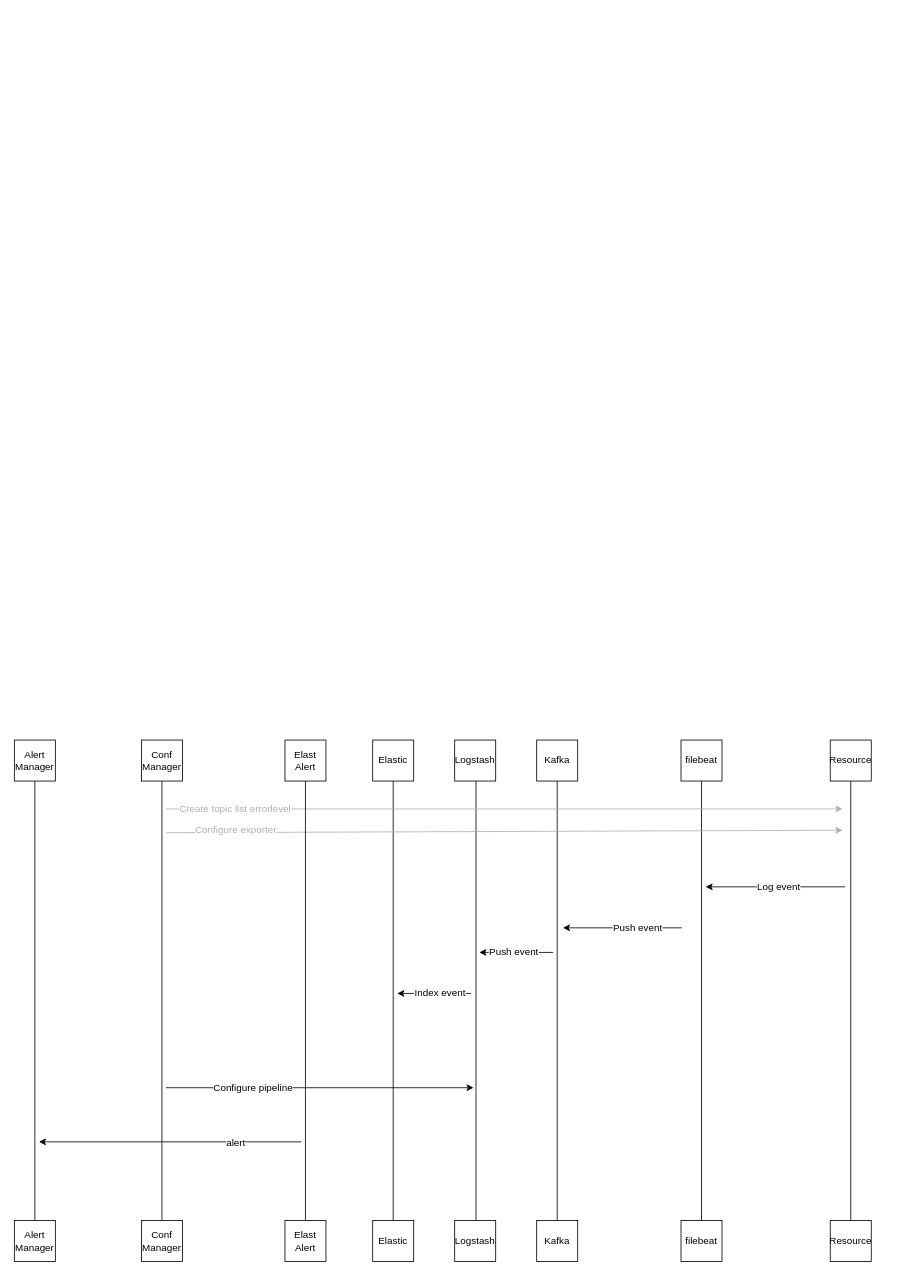
This is filebeat export and alert workflow.drawio from agustincaparros/SoA-Diagrams, a draw.io file, before an edit. Source tidied: cells renumbered, new cells numbered last; positions are measured from the earlier drawing's top-left corner, leaving out a move shared by most shapes. Both pictures are drawn from the tidied source at 82%, with x=0, y=0 at pixel (14, 740).
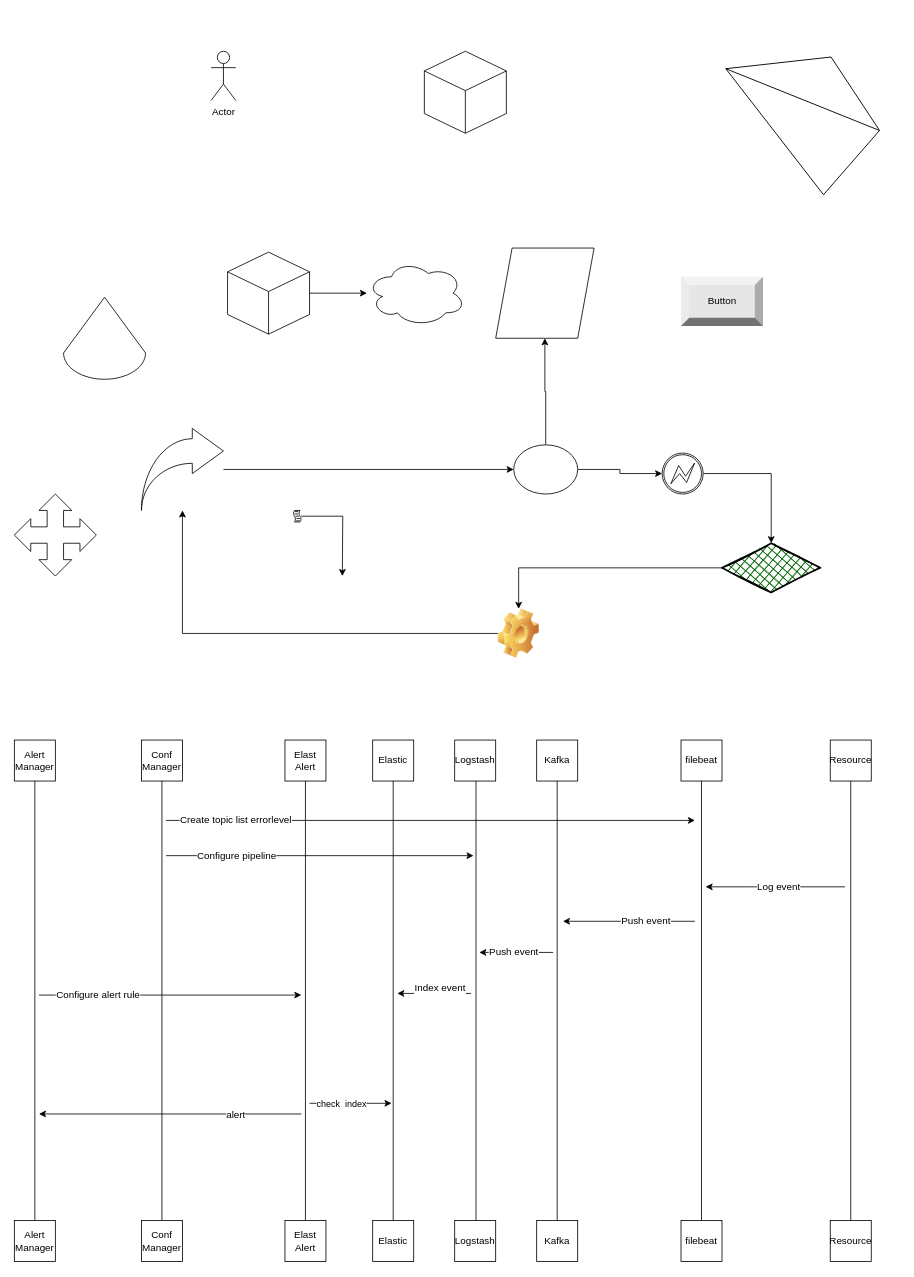
Above is the later version.

Unchanged cells that the change refers to:
```xml
<mxCell id="33" style="endArrow=none;html=1;strokeColor=#000000;endFill=0;startArrow=classic;startFill=1;" parent="1" edge="1">
  <mxGeometry relative="1" as="geometry">
    <mxPoint x="467" y="309" as="sourcePoint" />
    <mxPoint x="557" y="309" as="targetPoint" />
  </mxGeometry>
</mxCell>
```

Change to the diagram source:
```diff
@@
     <mxCell id="18" style="endArrow=classic;html=1;strokeColor=#000000;" parent="1" edge="1">
       <mxGeometry relative="1" as="geometry">
-        <mxPoint x="185" y="424" as="sourcePoint" />
-        <mxPoint x="560" y="424" as="targetPoint" />
+        <mxPoint x="185" y="141" as="sourcePoint" />
+        <mxPoint x="560" y="141" as="targetPoint" />
       </mxGeometry>
     </mxCell>
     <mxCell id="19" value="Configure pipeline" style="text;html=1;align=center;verticalAlign=middle;labelBackgroundColor=#ffffff;" parent="18" vertex="1">
       <mxGeometry x="0.23" y="1" relative="1" as="geometry">
-        <mxPoint x="-126" as="offset" />
+        <mxPoint x="-146" as="offset" />
       </mxGeometry>
     </mxCell>
-    <mxCell id="20" style="endArrow=classic;html=1;strokeColor=#B0B0B0;fontColor=#B0B0B0;" parent="1" edge="1">
+    <mxCell id="20" style="endArrow=classic;html=1;fontColor=#B0B0B0;" parent="1" edge="1">
       <mxGeometry relative="1" as="geometry">
-        <mxPoint x="185" y="84" as="sourcePoint" />
-        <mxPoint x="1010" y="84" as="targetPoint" />
+        <mxPoint x="185" y="98" as="sourcePoint" />
+        <mxPoint x="830" y="98" as="targetPoint" />
       </mxGeometry>
     </mxCell>
-    <mxCell id="21" value="Create topic list errorlevel" style="text;html=1;align=center;verticalAlign=middle;labelBackgroundColor=#ffffff;fontColor=#B0B0B0;" parent="20" vertex="1">
+    <mxCell id="21" value="&lt;font color=&quot;#000000&quot;&gt;Create topic list errorlevel&lt;/font&gt;" style="text;html=1;align=center;verticalAlign=middle;labelBackgroundColor=#ffffff;fontColor=#B0B0B0;" parent="20" vertex="1">
       <mxGeometry x="0.19" y="1" relative="1" as="geometry">
-        <mxPoint x="-408" as="offset" />
+        <mxPoint x="-300" as="offset" />
       </mxGeometry>
     </mxCell>
-    <mxCell id="22" style="endArrow=classic;html=1;strokeColor=#B0B0B0;" parent="1" edge="1">
-      <mxGeometry relative="1" as="geometry">
-        <mxPoint x="185" y="113" as="sourcePoint" />
-        <mxPoint x="1010" y="110" as="targetPoint" />
-      </mxGeometry>
-    </mxCell>
-    <mxCell id="23" value="Configure exporter" style="text;html=1;align=center;verticalAlign=middle;labelBackgroundColor=#ffffff;fontColor=#B0B0B0;" parent="22" vertex="1">
-      <mxGeometry x="0.07" y="1" relative="1" as="geometry">
-        <mxPoint x="-356" y="-0.4" as="offset" />
-      </mxGeometry>
-    </mxCell>
@@
     <mxCell id="29" style="endArrow=none;html=1;strokeColor=#000000;endFill=0;startArrow=classic;startFill=1;" parent="1" edge="1">
       <mxGeometry relative="1" as="geometry">
-        <mxPoint x="669" y="229" as="sourcePoint" />
-        <mxPoint x="814" y="229" as="targetPoint" />
+        <mxPoint x="669" y="221" as="sourcePoint" />
+        <mxPoint x="830" y="221" as="targetPoint" />
       </mxGeometry>
     </mxCell>
@@
     <mxCell id="34" value="Index event" style="text;html=1;align=center;verticalAlign=middle;labelBackgroundColor=#ffffff;" parent="33" vertex="1">
       <mxGeometry x="0.19" y="1" relative="1" as="geometry">
-        <mxPoint x="-2.9" as="offset" />
+        <mxPoint x="-2.9" y="-6" as="offset" />
       </mxGeometry>
     </mxCell>
     <mxCell id="35" style="endArrow=none;html=1;strokeColor=#000000;endFill=0;startFill=1;startArrow=classic;" parent="1" edge="1">
       <mxGeometry relative="1" as="geometry">
-        <mxPoint x="30" y="490" as="sourcePoint" />
-        <mxPoint x="350" y="490" as="targetPoint" />
+        <mxPoint x="30" y="456" as="sourcePoint" />
+        <mxPoint x="350" y="456" as="targetPoint" />
       </mxGeometry>
     </mxCell>
@@
+    <mxCell id="43" style="endArrow=classic;html=1;strokeColor=#000000;" parent="1" edge="1">
+      <mxGeometry relative="1" as="geometry">
+        <mxPoint x="30" y="311" as="sourcePoint" />
+        <mxPoint x="350" y="311" as="targetPoint" />
+      </mxGeometry>
+    </mxCell>
+    <mxCell id="44" value="Configure alert rule" style="text;html=1;align=center;verticalAlign=middle;labelBackgroundColor=#ffffff;" parent="43" vertex="1">
+      <mxGeometry x="0.23" y="1" relative="1" as="geometry">
+        <mxPoint x="-126" as="offset" />
+      </mxGeometry>
+    </mxCell>
+    <mxCell id="45" style="endArrow=none;html=1;strokeColor=#000000;endFill=0;startArrow=classic;startFill=1;" parent="1" edge="1">
+      <mxGeometry relative="1" as="geometry">
+        <mxPoint x="460" y="443" as="sourcePoint" />
+        <mxPoint x="360" y="443" as="targetPoint" />
+      </mxGeometry>
+    </mxCell>
+    <mxCell id="46" value="check&amp;nbsp; index" style="edgeLabel;html=1;align=center;verticalAlign=middle;" parent="45" vertex="1">
+      <mxGeometry x="0.24" relative="1" as="geometry" />
+    </mxCell>
+    <mxCell id="47" style="edgeStyle=orthogonalEdgeStyle;rounded=0;jettySize=auto;html=1;strokeColor=#000000;" parent="1" edge="1" source="49" target="58">
+      <mxGeometry relative="1" as="geometry" />
+    </mxCell>
+    <mxCell id="48" style="edgeStyle=orthogonalEdgeStyle;rounded=0;jettySize=auto;html=1;strokeColor=#000000;" parent="1" edge="1" source="49" target="59">
+      <mxGeometry relative="1" as="geometry" />
+    </mxCell>
+    <mxCell id="49" style="ellipse;whiteSpace=wrap;html=1;" parent="1" vertex="1">
+      <mxGeometry x="609" y="-360" width="78" height="60" as="geometry" />
+    </mxCell>
+    <mxCell id="50" style="edgeStyle=orthogonalEdgeStyle;rounded=0;jettySize=auto;html=1;" parent="1" edge="1" source="51" target="49">
+      <mxGeometry relative="1" as="geometry" />
+    </mxCell>
+    <mxCell id="51" style="html=1;shadow=0;dashed=0;align=center;verticalAlign=middle;shape=mxgraph.arrows2.jumpInArrow;dy=15;dx=38;arrowHead=55;" parent="1" vertex="1">
+      <mxGeometry x="155" y="-380" width="100" height="100" as="geometry" />
+    </mxCell>
+    <mxCell id="52" style="edgeStyle=orthogonalEdgeStyle;rounded=0;jettySize=auto;html=1;" parent="1" edge="1" source="53" target="51">
+      <mxGeometry relative="1" as="geometry" />
+    </mxCell>
+    <mxCell id="53" style="shape=image;html=1;verticalLabelPosition=bottom;verticalAlign=top;imageAspect=0;image=img/clipart/Gear_128x128.png;" parent="1" vertex="1">
+      <mxGeometry x="590" y="-160" width="50" height="60" as="geometry" />
+    </mxCell>
+    <mxCell id="54" style="edgeStyle=orthogonalEdgeStyle;rounded=0;jettySize=auto;html=1;" parent="1" edge="1" source="55" target="53">
+      <mxGeometry relative="1" as="geometry" />
+    </mxCell>
+    <mxCell id="55" style="rhombus;whiteSpace=wrap;html=1;strokeWidth=2;fillWeight=-1;hachureGap=8;fillStyle=cross-hatch;fillColor=#006600;sketch=1;" parent="1" vertex="1">
+      <mxGeometry x="863" y="-240" width="120" height="60" as="geometry" />
+    </mxCell>
+    <mxCell id="56" value="Button" style="labelPosition=center;verticalLabelPosition=middle;align=center;html=1;shape=mxgraph.basic.shaded_button;dx=10;fillColor=#E6E6E6;strokeColor=none;" parent="1" vertex="1">
+      <mxGeometry x="813" y="-565" width="100" height="60" as="geometry" />
+    </mxCell>
+    <mxCell id="57" style="edgeStyle=orthogonalEdgeStyle;rounded=0;jettySize=auto;html=1;strokeColor=#000000;entryX=0.5;entryY=0;entryDx=0;entryDy=0;" parent="1" edge="1" source="58" target="55">
+      <mxGeometry relative="1" as="geometry" />
+    </mxCell>
+    <mxCell id="58" style="shape=mxgraph.bpmn.shape;html=1;verticalLabelPosition=bottom;labelBackgroundColor=#ffffff;verticalAlign=top;align=center;perimeter=ellipsePerimeter;outlineConnect=0;outline=boundInt;symbol=error;" parent="1" vertex="1">
+      <mxGeometry x="790" y="-350" width="50" height="50" as="geometry" />
+    </mxCell>
+    <mxCell id="59" style="shape=parallelogram;perimeter=parallelogramPerimeter;whiteSpace=wrap;html=1;fixedSize=1;" parent="1" vertex="1">
+      <mxGeometry x="587" y="-600" width="120" height="110" as="geometry" />
+    </mxCell>
+    <mxCell id="60" style="edgeStyle=orthogonalEdgeStyle;rounded=0;jettySize=auto;html=1;strokeColor=#000000;" parent="1" edge="1" source="61" target="66">
+      <mxGeometry relative="1" as="geometry" />
+    </mxCell>
+    <mxCell id="61" style="whiteSpace=wrap;html=1;shape=mxgraph.basic.isocube;isoAngle=15;" parent="1" vertex="1">
+      <mxGeometry x="260" y="-595" width="100" height="100" as="geometry" />
+    </mxCell>
+    <mxCell id="62" style="whiteSpace=wrap;html=1;shape=mxgraph.basic.isocube;isoAngle=15;" parent="1" vertex="1">
+      <mxGeometry x="500" y="-840" width="100" height="100" as="geometry" />
+    </mxCell>
+    <mxCell id="63" style="edgeStyle=orthogonalEdgeStyle;rounded=0;jettySize=auto;html=1;strokeColor=#000000;" parent="1" edge="1" source="64">
+      <mxGeometry relative="1" as="geometry">
+        <mxPoint x="400" y="-200" as="targetPoint" />
+      </mxGeometry>
+    </mxCell>
+    <mxCell id="64" style="shape=mxgraph.bpmn.script_task;html=1;outlineConnect=0;" parent="1" vertex="1">
+      <mxGeometry x="340" y="-280" width="10" height="14" as="geometry" />
+    </mxCell>
+    <mxCell id="65" style="html=1;shadow=0;dashed=0;align=center;verticalAlign=middle;shape=mxgraph.arrows2.quadArrow;dy=10;dx=20;notch=24;arrowHead=10;" parent="1" vertex="1">
+      <mxGeometry y="-300" width="100" height="100" as="geometry" />
+    </mxCell>
+    <mxCell id="66" style="ellipse;shape=cloud;whiteSpace=wrap;html=1;" parent="1" vertex="1">
+      <mxGeometry x="430" y="-585" width="120" height="80" as="geometry" />
+    </mxCell>
+    <mxCell id="67" style="verticalLabelPosition=bottom;verticalAlign=top;html=1;shape=mxgraph.basic.pyramid;dx1=0.49;dx2=0.68;dy1=0.9;dy2=0.52;rotation=-60;" parent="1" vertex="1">
+      <mxGeometry x="880" y="-870" width="150" height="200" as="geometry" />
+    </mxCell>
+    <mxCell id="68" value="Actor" style="shape=umlActor;verticalLabelPosition=bottom;verticalAlign=top;html=1;" parent="1" vertex="1">
+      <mxGeometry x="240" y="-840" width="30" height="60" as="geometry" />
+    </mxCell>
+    <mxCell id="69" style="verticalLabelPosition=bottom;verticalAlign=top;html=1;shape=mxgraph.basic.cone2;dx=0.5;dy=0.68;" parent="1" vertex="1">
+      <mxGeometry x="60" y="-540" width="100" height="100" as="geometry" />
+    </mxCell>
```
